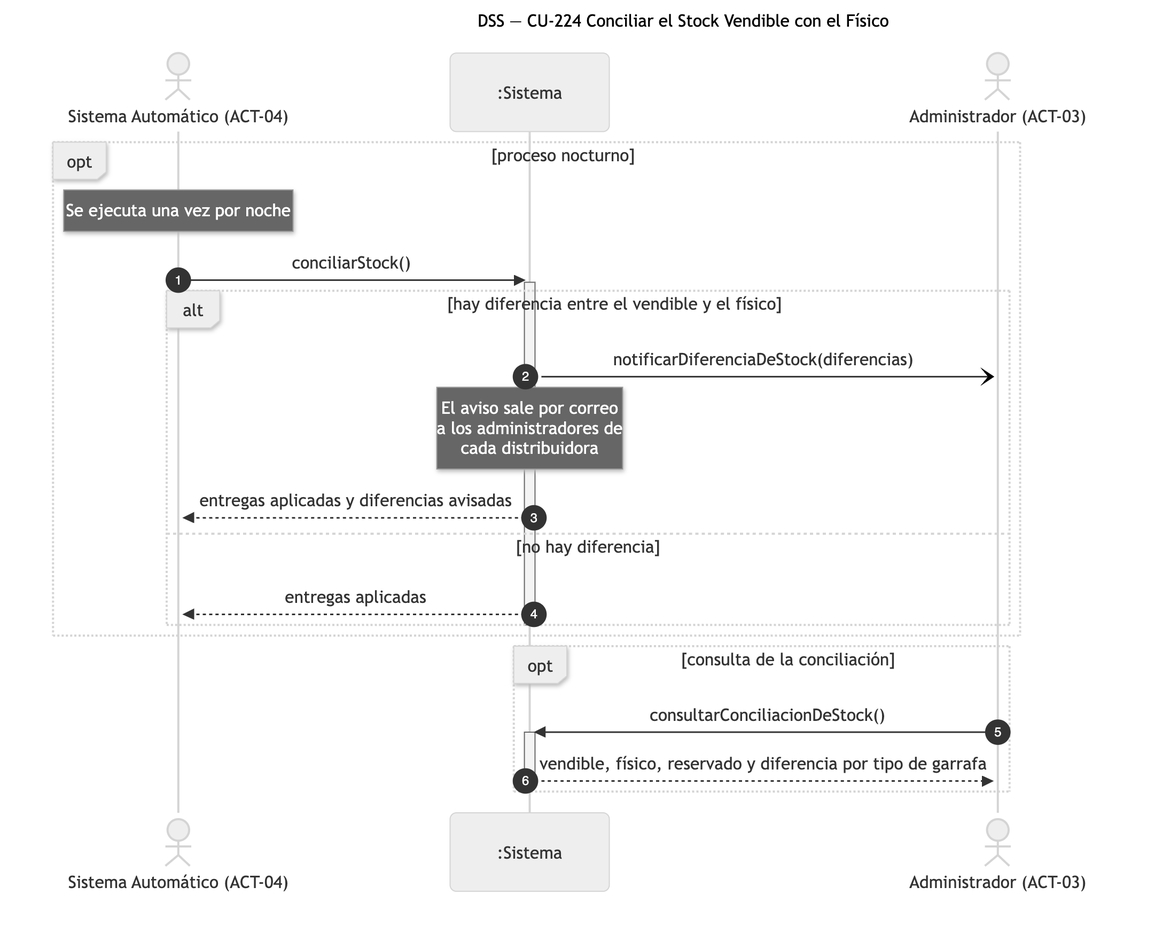
Earlier version of the Mermaid export diagramas/png/DSS_CU-224_Conciliar-el-Stock-Vendible-con-el-Fisico.png (Nahuelito-Dev/splg-docs). Its source is kept beside it as diagramas/DSS_CU-224_Conciliar-el-Stock-Vendible-con-el-Fisico.mmd. Its diagram source:
```mermaid
sequenceDiagram
    title DSS — CU-224 Conciliar el Stock Vendible con el Físico
    autonumber
    actor SAU as Sistema Automático (ACT-04)
    participant SIS as :Sistema
    actor ADM as Administrador (ACT-03)

    opt proceso nocturno
        Note over SAU: Se ejecuta una vez por noche
        SAU->>SIS: conciliarStock()
        activate SIS
        alt hay diferencia entre el vendible y el físico
            SIS-)ADM: notificarDiferenciaDeStock(diferencias)
            Note over SIS: El aviso sale por correo<br/>a los administradores de<br/>cada distribuidora
            SIS-->>SAU: entregas aplicadas y diferencias avisadas
        else no hay diferencia
            SIS-->>SAU: entregas aplicadas
        end
        deactivate SIS
    end

    opt consulta de la conciliación
        ADM->>SIS: consultarConciliacionDeStock()
        activate SIS
        SIS-->>ADM: vendible, físico, reservado y diferencia por tipo de garrafa
        deactivate SIS
    end
```
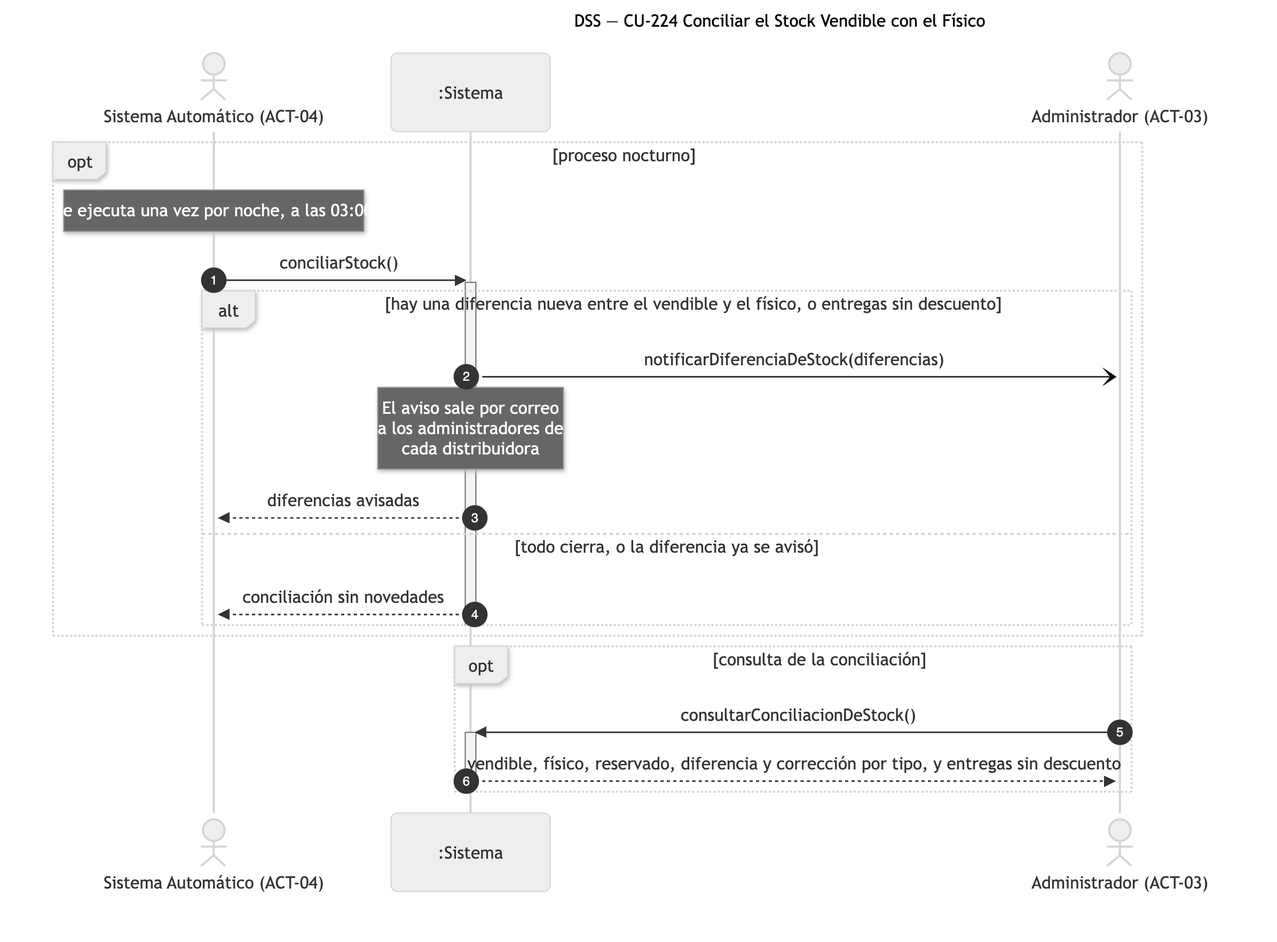
The same file after the commit.

What changed in the source:
```diff
@@ -6,15 +6,15 @@
     actor ADM as Administrador (ACT-03)
 
     opt proceso nocturno
-        Note over SAU: Se ejecuta una vez por noche
+        Note over SAU: Se ejecuta una vez por noche, a las 03:00
         SAU->>SIS: conciliarStock()
         activate SIS
-        alt hay diferencia entre el vendible y el físico
+        alt hay una diferencia nueva entre el vendible y el físico, o entregas sin descuento
             SIS-)ADM: notificarDiferenciaDeStock(diferencias)
             Note over SIS: El aviso sale por correo<br/>a los administradores de<br/>cada distribuidora
-            SIS-->>SAU: entregas aplicadas y diferencias avisadas
-        else no hay diferencia
-            SIS-->>SAU: entregas aplicadas
+            SIS-->>SAU: diferencias avisadas
+        else todo cierra, o la diferencia ya se avisó
+            SIS-->>SAU: conciliación sin novedades
         end
         deactivate SIS
     end
@@ -22,6 +22,6 @@
     opt consulta de la conciliación
         ADM->>SIS: consultarConciliacionDeStock()
         activate SIS
-        SIS-->>ADM: vendible, físico, reservado y diferencia por tipo de garrafa
+        SIS-->>ADM: vendible, físico, reservado, diferencia y corrección por tipo, y entregas sin descuento
         deactivate SIS
     end
```
